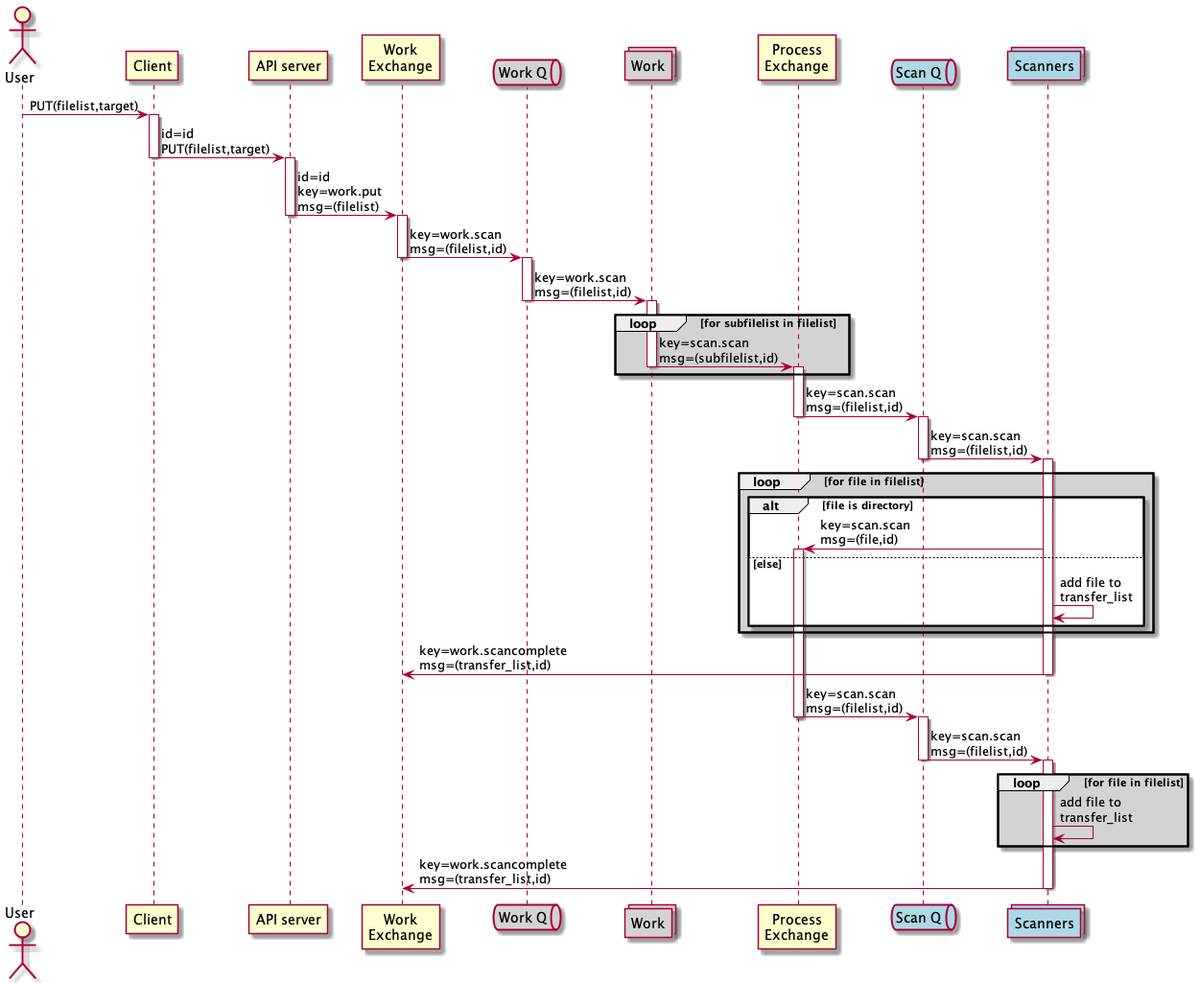
Before: doc/uml/message_flow_put.png, a diagram exported from PlantUML (cedadev/nlds).
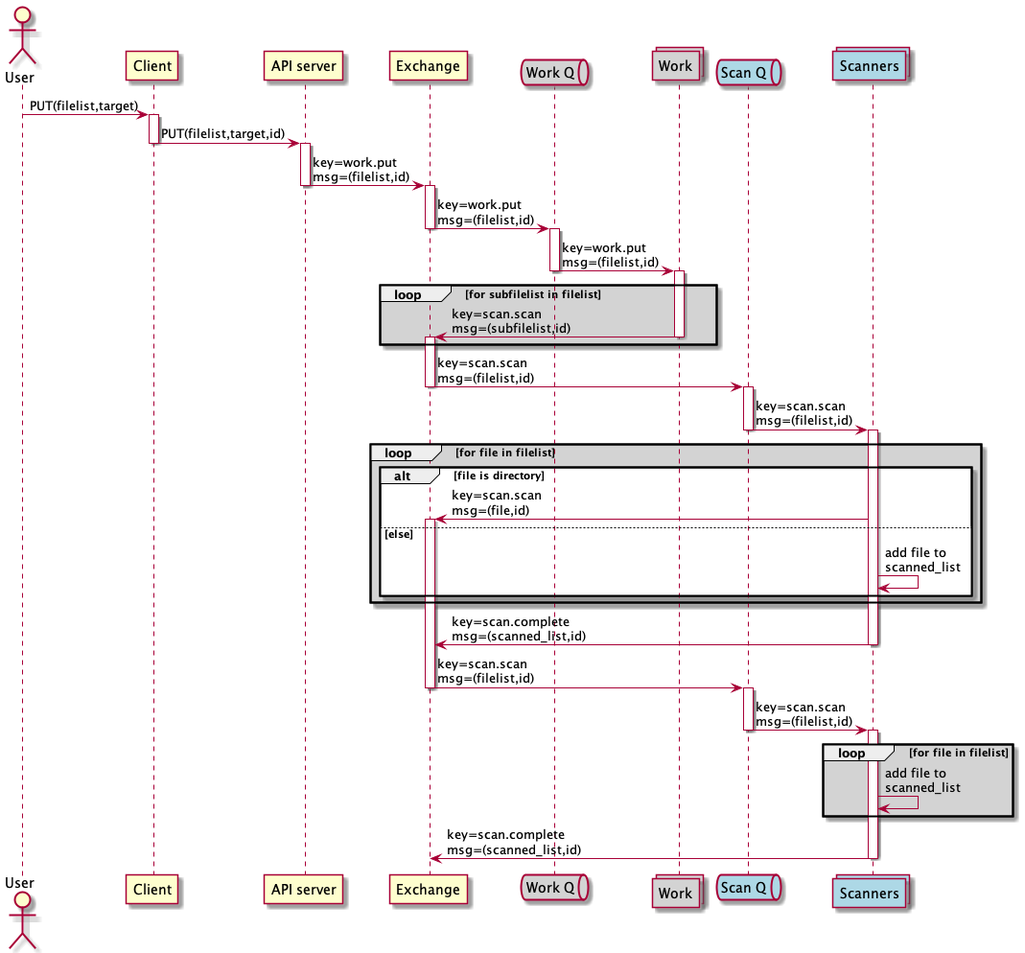
Above is the later version.

Change to the diagram source:
```diff
@@ -3,59 +3,58 @@
 actor user as "User"
 participant client as "Client"
 participant server as "API server"
-participant wex as "Work\nExchange"
+participant wex as "Exchange"
 
 queue qw as "Work Q" #lightgrey
 collections work as "Work" #lightgrey
 
-participant pex as "Process\nExchange"
 queue qs as "Scan Q" #lightblue
 collections scan as "Scanners" #lightblue
 
 user -> client : PUT(filelist,target)
 activate client
-client -> server : id=id\nPUT(filelist,target)
+client -> server : PUT(filelist,target,id)
 deactivate client
 activate server
-server -> wex : id=id\nkey=work.put\nmsg=(filelist)
+server -> wex : key=work.put\nmsg=(filelist,id)
 deactivate server
 activate wex
-wex -> qw : key=work.scan\nmsg=(filelist,id)
+wex -> qw : key=work.put\nmsg=(filelist,id)
 deactivate wex
 activate qw
-qw -> work : key=work.scan\nmsg=(filelist,id)
+qw -> work : key=work.put\nmsg=(filelist,id)
 deactivate qw
 activate work
 loop #lightgrey for subfilelist in filelist
-    work -> pex : key=scan.scan\nmsg=(subfilelist,id)
+    work -> wex : key=scan.scan\nmsg=(subfilelist,id)
     deactivate work
-    activate pex
+    activate wex
 end
-pex -> qs : key=scan.scan\nmsg=(filelist,id)
-deactivate pex
+wex -> qs : key=scan.scan\nmsg=(filelist,id)
+deactivate wex
 activate qs
 qs -> scan : key=scan.scan\nmsg=(filelist,id)
 deactivate qs
 activate scan
 loop #lightgrey for file in filelist
     alt file is directory
-        scan -> pex : key=scan.scan\nmsg=(file,id)
-        activate pex
+        scan -> wex : key=scan.scan\nmsg=(file,id)
+        activate wex
     else else
-        scan -> scan : add file to\ntransfer_list
+        scan -> scan : add file to\nscanned_list
     end
 end
-scan -> wex : key=work.scancomplete\nmsg=(transfer_list,id)
+scan -> wex : key=scan.complete\nmsg=(scanned_list,id)
 deactivate scan
-pex -> qs : key=scan.scan\nmsg=(filelist,id)
-deactivate pex
+wex -> qs : key=scan.scan\nmsg=(filelist,id)
+deactivate wex
 activate qs
 qs -> scan : key=scan.scan\nmsg=(filelist,id)
 deactivate qs
 activate scan
 loop #lightgrey for file in filelist
-    scan -> scan : add file to\ntransfer_list
+    scan -> scan : add file to\nscanned_list
 end
-scan -> wex : key=work.scancomplete\nmsg=(transfer_list,id)
+scan -> wex : key=scan.complete\nmsg=(scanned_list,id)
 deactivate scan
 @enduml
```
